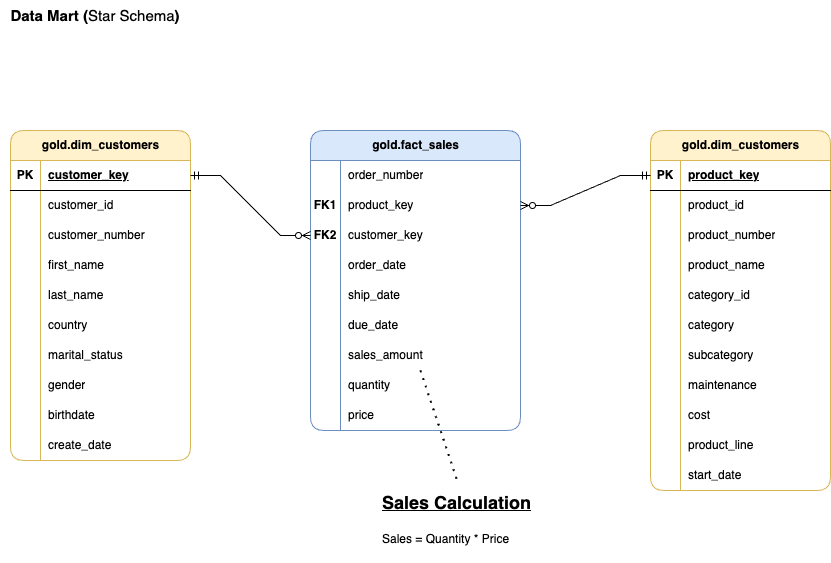
Before: docs/data_model.png, a diagram exported from draw.io (eimon851/sql-data-warehouse-project). Source tidied: cells renumbered, new cells last; positions are measured from the earlier drawing's top-left corner, leaving out a move shared by most shapes.
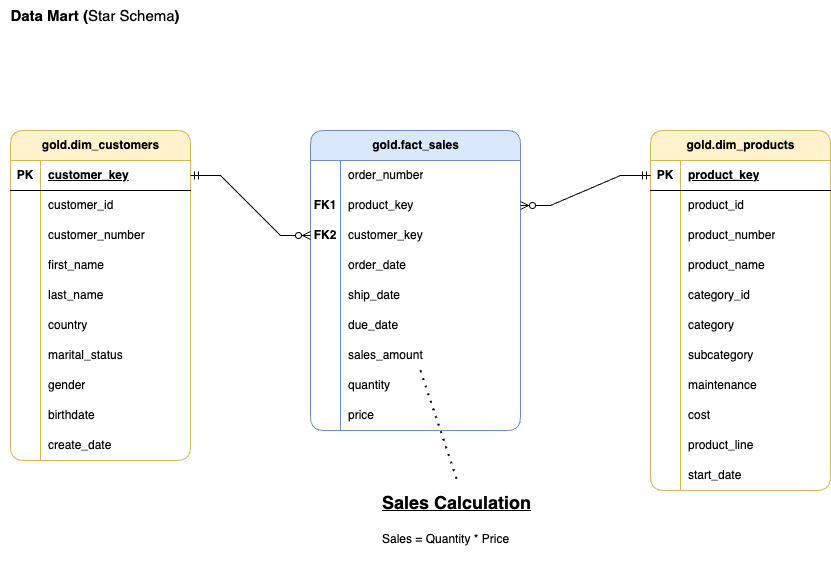
Later version of the same file.

The edit, as a diff of the source:
```diff
@@ -98,7 +98,7 @@
     <mxCell id="33" value="&lt;font style=&quot;font-size: 15px;&quot;&gt;&lt;b&gt;Data Mart (&lt;/b&gt;Star Schema&lt;b&gt;)&lt;/b&gt;&lt;/font&gt;" style="text;html=1;align=center;verticalAlign=middle;whiteSpace=wrap;rounded=0;" parent="1" vertex="1">
       <mxGeometry width="190" height="30" as="geometry" />
     </mxCell>
-    <mxCell id="34" value="gold.dim_customers" style="shape=table;startSize=30;rowLines=0;fontStyle=1;align=center;html=1;fillColor=#fff2cc;strokeColor=#d6b656;rounded=1;" parent="1" vertex="1">
+    <mxCell id="34" value="gold.dim_products" style="shape=table;startSize=30;rowLines=0;fontStyle=1;align=center;html=1;fillColor=#fff2cc;strokeColor=#d6b656;rounded=1;" parent="1" vertex="1">
       <mxGeometry x="650" y="130" width="180" height="360" as="geometry" />
     </mxCell>
     <mxCell id="35" style="shape=tableRow;horizontal=0;startSize=0;swimlaneHead=0;swimlaneBody=0;fillColor=none;points=[[0,0.5],[1,0.5]];portConstraint=eastwest;top=0;left=0;right=0;bottom=1;" parent="34" vertex="1">
```
